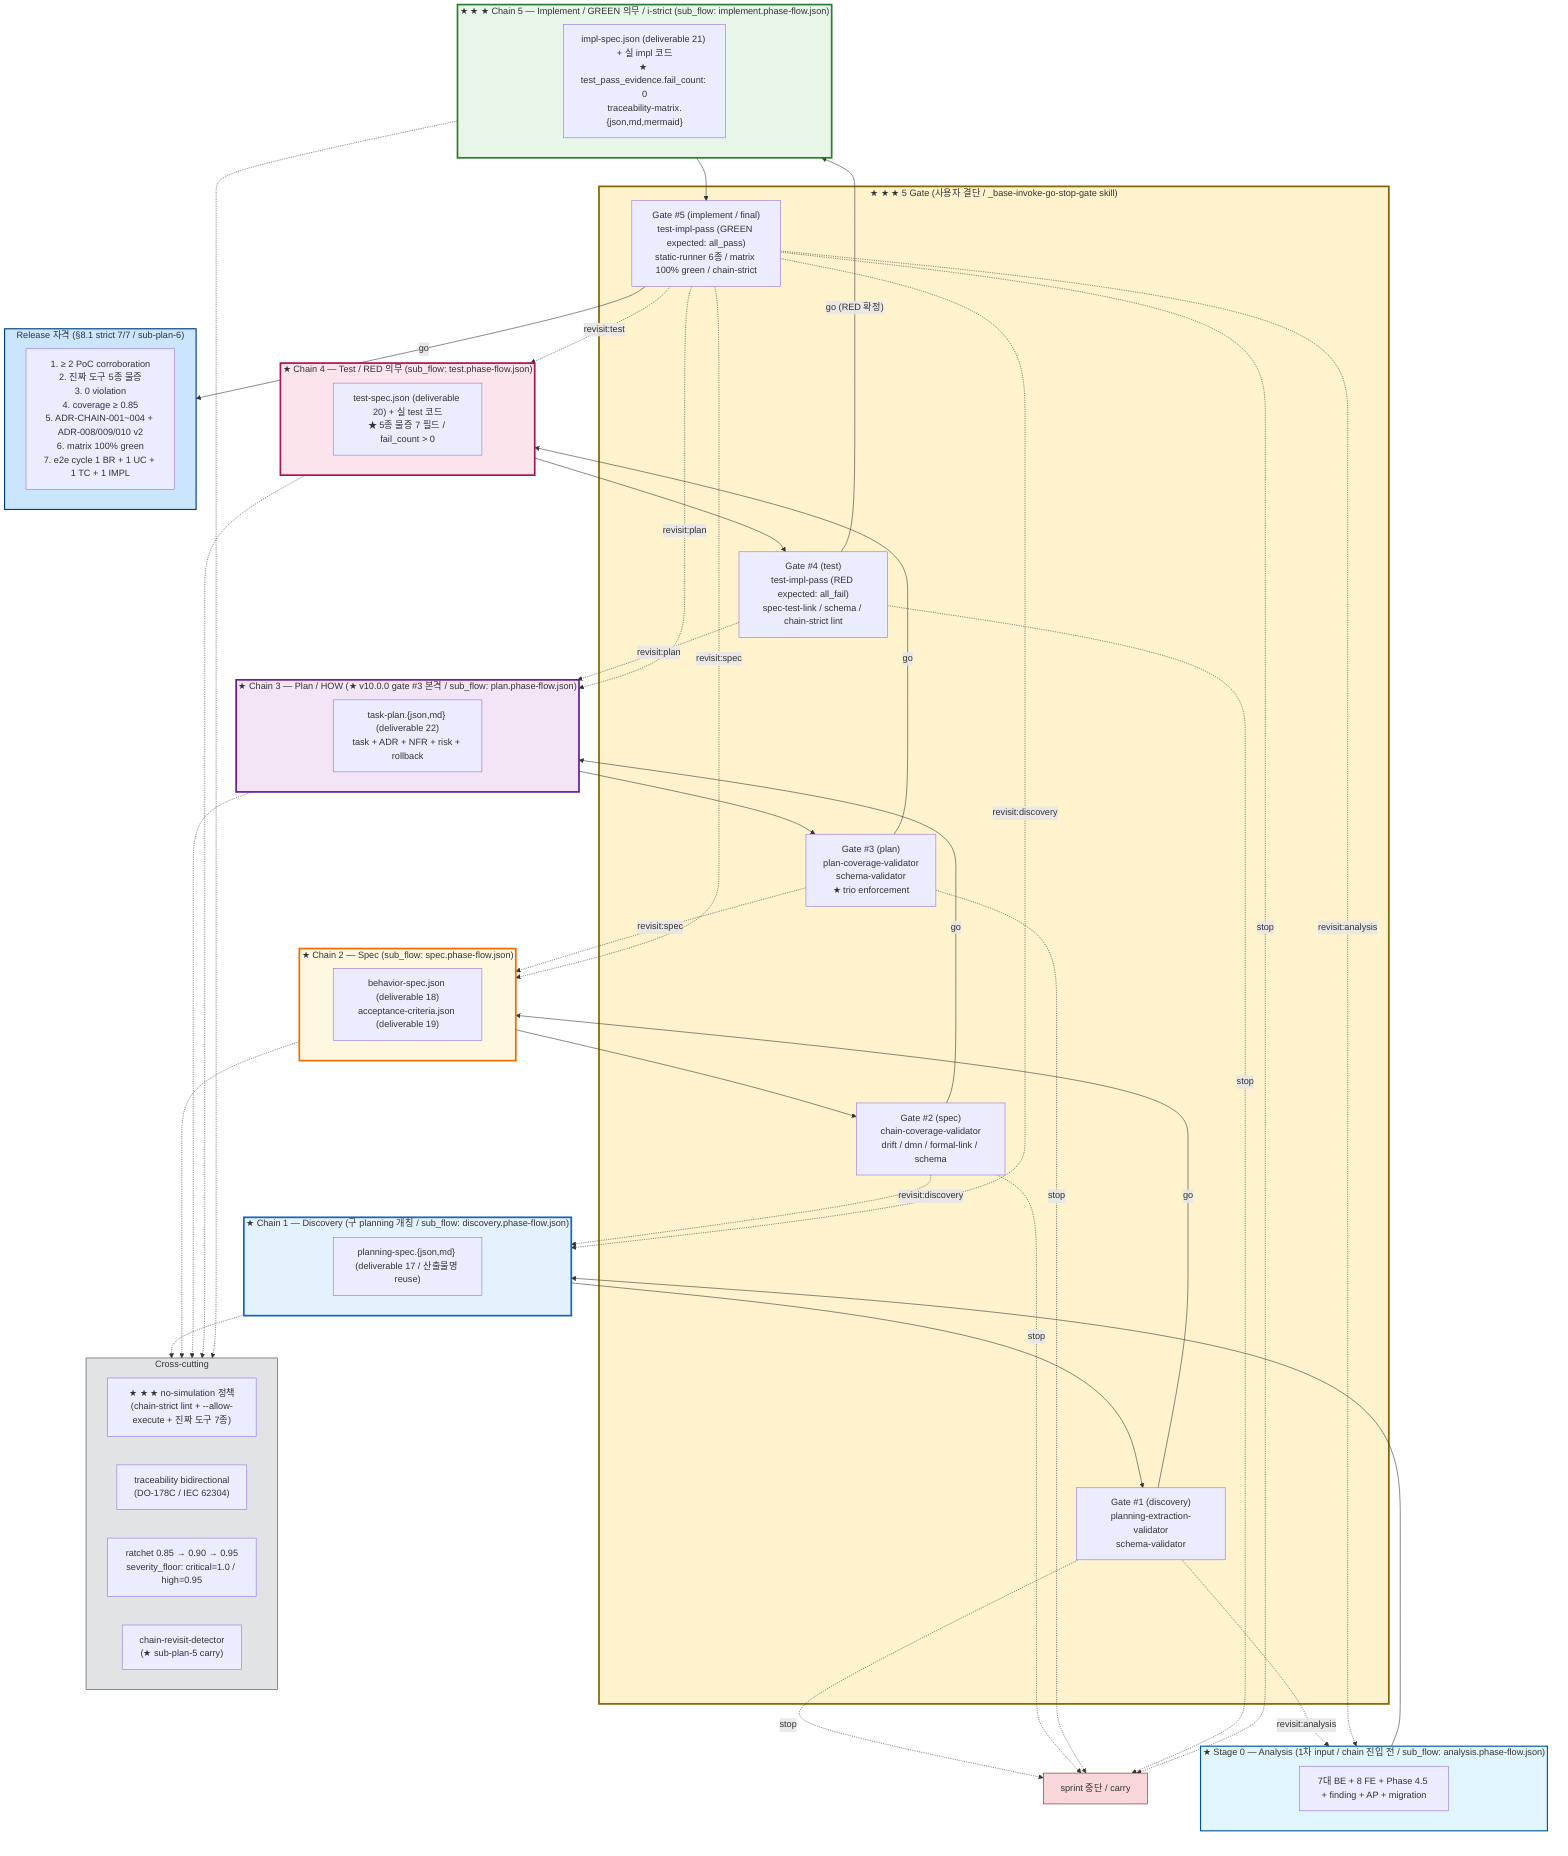
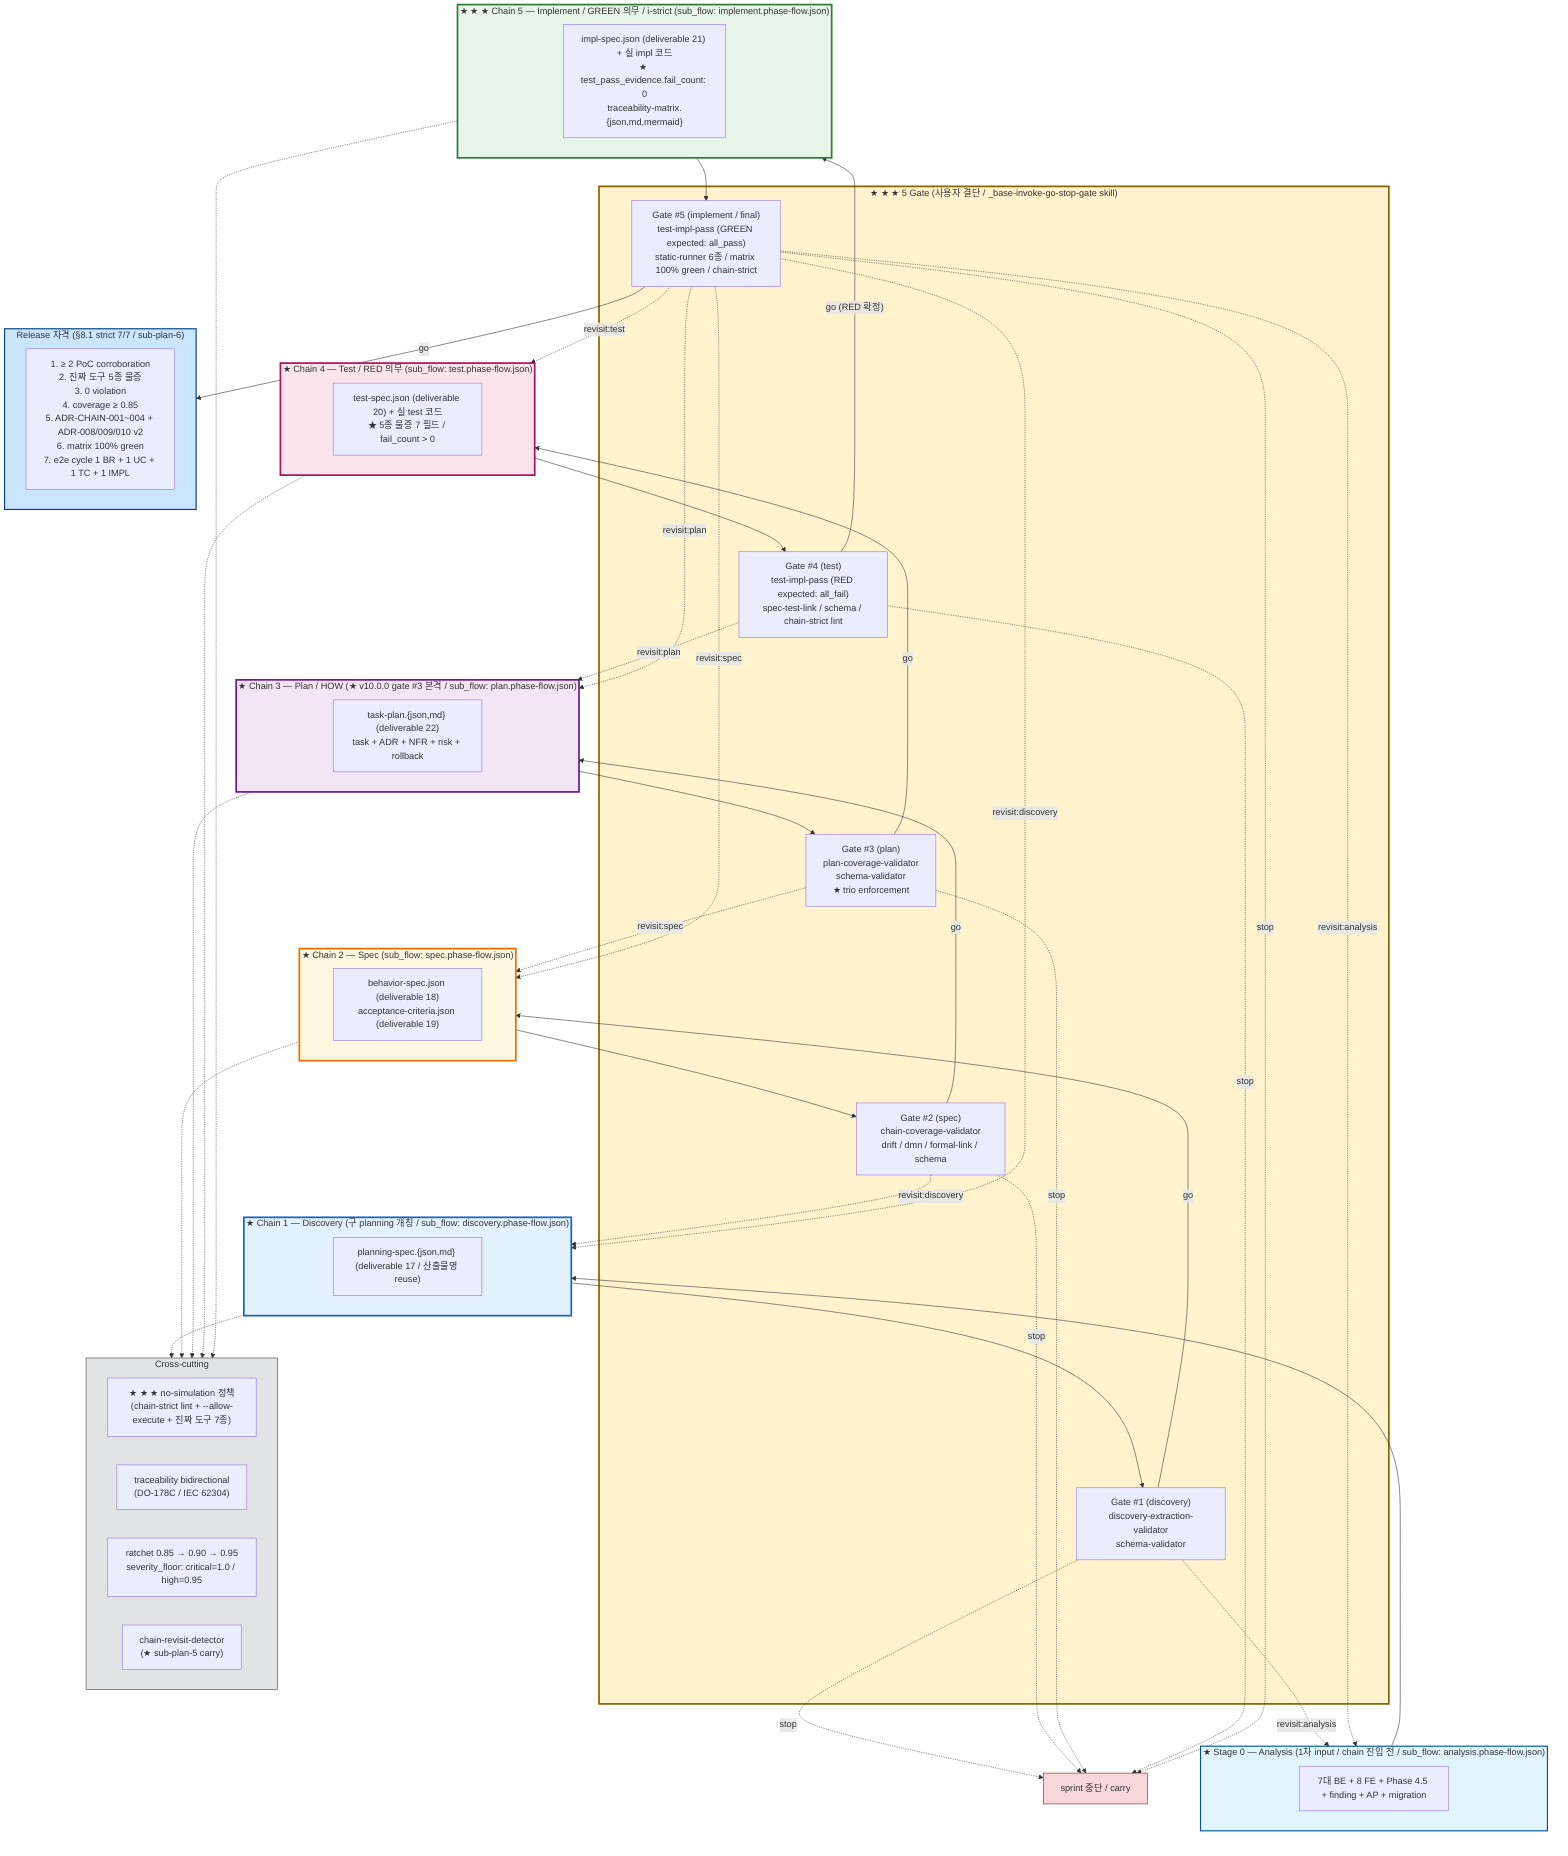
%% ★ ★ ★ SDLC chain harness 통합 SSOT (사람 눈) — ★ v10.0.0 6-stage / 5 gate (analysis→discovery→spec→plan→test→implement)
%% AI 눈 짝: sdlc-4stage-flow.json (파일명 reuse 유지 / drift-validator chain-flow master 영역)
%% master plan §B 정합 / DEC-2026-05-06-v2.0-i-strict-채택 + DEC-2026-05-21 (planning→discovery 개칭 + plan 신설) + DEC-2026-05-25-axis-a-phase-4-4-prime (v10.0.0 / gate 재번호)

flowchart TB
    subgraph S0["★ Stage 0 — Analysis (1차 input / chain 진입 전 / sub_flow: analysis.phase-flow.json)"]
        direction LR
        S0_OUT["7대 BE + 8 FE + Phase 4.5 + finding + AP + migration"]
    end

    subgraph S1["★ Chain 1 — Discovery (구 planning 개칭 / sub_flow: discovery.phase-flow.json)"]
        direction LR
        S1_OUT["planning-spec.{json,md} (deliverable 17 / 산출물명 reuse)"]
    end

    subgraph S2["★ Chain 2 — Spec (sub_flow: spec.phase-flow.json)"]
        direction LR
        S2_OUT["behavior-spec.json (deliverable 18)<br/>acceptance-criteria.json (deliverable 19)"]
    end

    subgraph S3["★ Chain 3 — Plan / HOW (★ v10.0.0 gate #3 본격 / sub_flow: plan.phase-flow.json)"]
        direction LR
        S3_OUT["task-plan.{json,md} (deliverable 22)<br/>task + ADR + NFR + risk + rollback"]
    end

    subgraph S4["★ Chain 4 — Test / RED 의무 (sub_flow: test.phase-flow.json)"]
        direction LR
        S4_OUT["test-spec.json (deliverable 20) + 실 test 코드<br/>★ 5종 물증 7 필드 / fail_count > 0"]
    end

    subgraph S5["★ ★ ★ Chain 5 — Implement / GREEN 의무 / i-strict (sub_flow: implement.phase-flow.json)"]
        direction LR
        S5_OUT["impl-spec.json (deliverable 21) + 실 impl 코드<br/>★ test_pass_evidence.fail_count: 0<br/>traceability-matrix.{json,md,mermaid}"]
    end

    subgraph G["★ ★ ★ 5 Gate (사용자 결단 / _base-invoke-go-stop-gate skill)"]
-         G1["Gate #1 (discovery)<br/>planning-extraction-validator<br/>schema-validator"]
+         G1["Gate #1 (discovery)<br/>discovery-extraction-validator<br/>schema-validator"]
        G2["Gate #2 (spec)<br/>chain-coverage-validator<br/>drift / dmn / formal-link / schema"]
        G3["Gate #3 (plan)<br/>plan-coverage-validator<br/>schema-validator<br/>★ trio enforcement"]
        G4["Gate #4 (test)<br/>test-impl-pass (RED expected: all_fail)<br/>spec-test-link / schema / chain-strict lint"]
        G5["Gate #5 (implement / final)<br/>test-impl-pass (GREEN expected: all_pass)<br/>static-runner 6종 / matrix 100% green / chain-strict"]
    end

    subgraph CC["Cross-cutting"]
        CC1["★ ★ ★ no-simulation 정책<br/>(chain-strict lint + --allow-execute + 진짜 도구 7종)"]
        CC2["traceability bidirectional<br/>(DO-178C / IEC 62304)"]
        CC3["ratchet 0.85 → 0.90 → 0.95<br/>severity_floor: critical=1.0 / high=0.95"]
        CC4["chain-revisit-detector<br/>(★ sub-plan-5 carry)"]
    end

    subgraph REL["Release 자격 (§8.1 strict 7/7 / sub-plan-6)"]
        R["1. ≥ 2 PoC corroboration<br/>2. 진짜 도구 5종 물증<br/>3. 0 violation<br/>4. coverage ≥ 0.85<br/>5. ADR-CHAIN-001~004 + ADR-008/009/010 v2<br/>6. matrix 100% green<br/>7. e2e cycle 1 BR + 1 UC + 1 TC + 1 IMPL"]
    end

    %% main flow (★ v10.0.0 gate 재번호: discovery #1 / spec #2 / plan #3 / test #4 / impl #5)
    S0 --> S1
    S1 --> G1
    G1 -->|"go"| S2
    S2 --> G2
    G2 -->|"go"| S3
    S3 --> G3
    G3 -->|"go"| S4
    S4 --> G4
    G4 -->|"go (RED 확정)"| S5
    S5 --> G5
    G5 -->|"go"| REL

    %% revisit edges 9종 (★ v10.0.0 / chain harness gate 안 round-trip 정식 허용)
    G1 -.->|"revisit:analysis"| S0
    G2 -.->|"revisit:discovery"| S1
    G3 -.->|"revisit:spec"| S2
    G4 -.->|"revisit:plan"| S3
    G5 -.->|"revisit:test"| S4
    G5 -.->|"revisit:plan"| S3
    G5 -.->|"revisit:spec"| S2
    G5 -.->|"revisit:discovery"| S1
    G5 -.->|"revisit:analysis"| S0

    %% stop edges
    G1 -.->|"stop"| STOP["sprint 중단 / carry"]
    G2 -.->|"stop"| STOP
    G3 -.->|"stop"| STOP
    G4 -.->|"stop"| STOP
    G5 -.->|"stop"| STOP

    %% cross-cutting
    S1 -.-> CC
    S2 -.-> CC
    S3 -.-> CC
    S4 -.-> CC
    S5 -.-> CC

    %% Style
    classDef stage0 fill:#e1f5fe,stroke:#01579b,stroke-width:2px
    classDef chain1 fill:#e3f2fd,stroke:#1565c0,stroke-width:3px
    classDef chain2 fill:#fff8e1,stroke:#ef6c00,stroke-width:3px
    classDef chainplan fill:#f3e5f5,stroke:#6a1b9a,stroke-width:3px
    classDef chain4 fill:#fce4ec,stroke:#ad1457,stroke-width:3px
    classDef chain5 fill:#e8f5e9,stroke:#2e7d32,stroke-width:3px
    classDef gate fill:#fff3cd,stroke:#856404,stroke-width:3px
    classDef cross fill:#e2e3e5,stroke:#383d41
    classDef rel fill:#cce5ff,stroke:#004085,stroke-width:2px
    classDef stop fill:#f8d7da,stroke:#721c24

    class S0 stage0
    class S1 chain1
    class S2 chain2
    class S3 chainplan
    class S4 chain4
    class S5 chain5
    class G gate
    class CC cross
    class REL rel
    class STOP stop
